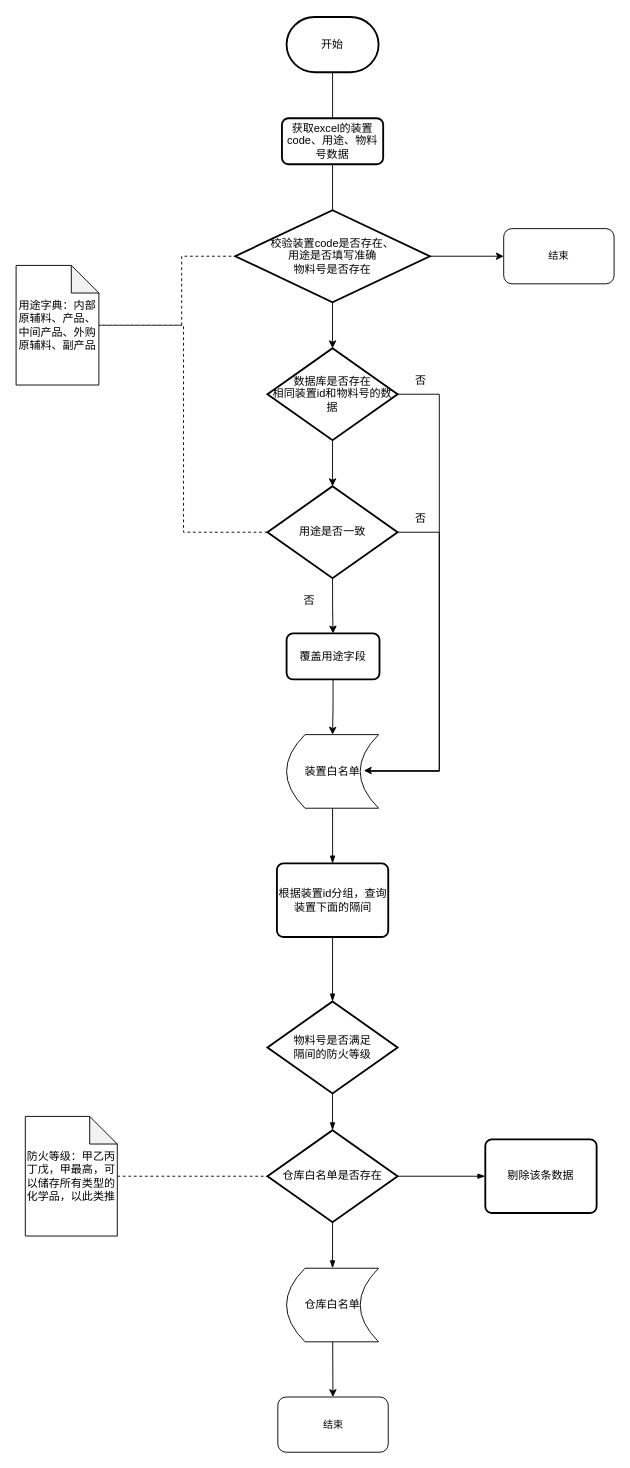
Earlier version of the draw.io diagram 白名单导入.drawio (hk19950707/flow-diagram). Source tidied: cells renumbered, new cells numbered last; positions are measured from the earlier drawing's top-left corner, leaving out a move shared by most shapes. Both pictures are drawn from the tidied source at 92%, with x=0, y=0 at pixel (16, 17).
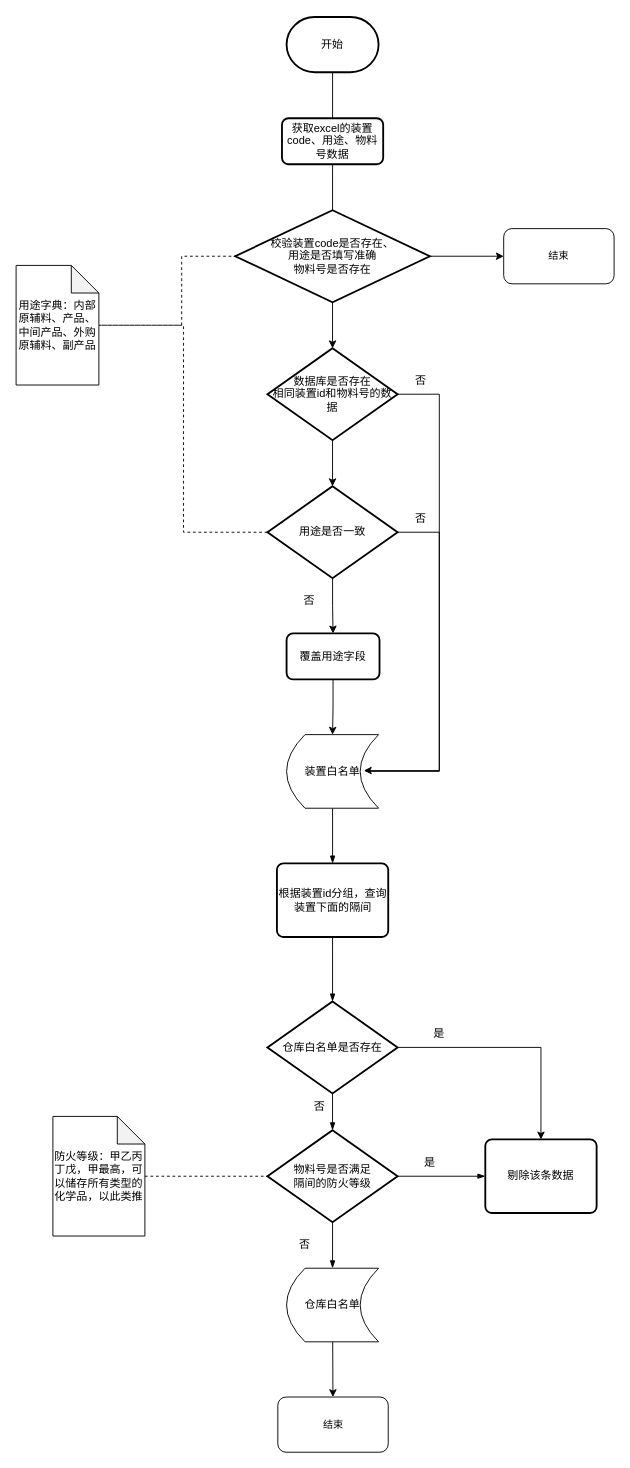
The same diagram, later.

Commit message:
更新白名单导入.drawio

The change refers to these unchanged cells:
```xml
<mxCell id="27" value="剔除该条数据" style="rounded=1;whiteSpace=wrap;html=1;absoluteArcSize=1;arcSize=14;strokeWidth=2;" parent="1" vertex="1">
  <mxGeometry x="510" y="1220" width="121" height="80" as="geometry" />
</mxCell>
```

What changed in the source:
```diff
@@
-    <mxCell id="32" value="仓库白名单是否存在" style="strokeWidth=2;html=1;shape=mxgraph.flowchart.decision;whiteSpace=wrap;" parent="1" vertex="1">
+    <mxCell id="32" value="物料号是否满足&lt;br style=&quot;border-color: var(--border-color);&quot;&gt;隔间的防火等级" style="strokeWidth=2;html=1;shape=mxgraph.flowchart.decision;whiteSpace=wrap;" parent="1" vertex="1">
       <mxGeometry x="273.2" y="1210" width="141.5" height="100" as="geometry" />
     </mxCell>
@@
+    <mxCell id="39" style="edgeStyle=orthogonalEdgeStyle;rounded=0;jettySize=auto;html=1;" parent="1" edge="1" source="34" target="27">
+      <mxGeometry relative="1" as="geometry" />
+    </mxCell>
-    <mxCell id="34" value="物料号是否满足&lt;br&gt;隔间的防火等级" style="strokeWidth=2;html=1;shape=mxgraph.flowchart.decision;whiteSpace=wrap;" parent="1" vertex="1">
+    <mxCell id="34" value="仓库白名单是否存在" style="strokeWidth=2;html=1;shape=mxgraph.flowchart.decision;whiteSpace=wrap;" parent="1" vertex="1">
       <mxGeometry x="273.2" y="1070" width="141.5" height="100" as="geometry" />
     </mxCell>
@@
     <mxCell id="36" value="防火等级：甲乙丙丁戊，甲最高，可以储存所有类型的化学品，以此类推" style="shape=note;whiteSpace=wrap;html=1;backgroundOutline=1;darkOpacity=0.05;" parent="1" vertex="1">
-      <mxGeometry x="10" y="1195" width="100" height="130" as="geometry" />
+      <mxGeometry x="40" y="1195" width="100" height="130" as="geometry" />
     </mxCell>
@@
+    <mxCell id="40" value="否" style="text;strokeColor=none;align=center;fillColor=none;html=1;verticalAlign=middle;whiteSpace=wrap;rounded=0;" parent="1" vertex="1">
+      <mxGeometry x="283.5" y="1320" width="60" height="30" as="geometry" />
+    </mxCell>
+    <mxCell id="41" value="是" style="text;strokeColor=none;align=center;fillColor=none;html=1;verticalAlign=middle;whiteSpace=wrap;rounded=0;" parent="1" vertex="1">
+      <mxGeometry x="420" y="1230" width="60" height="30" as="geometry" />
+    </mxCell>
+    <mxCell id="42" value="是" style="text;strokeColor=none;align=center;fillColor=none;html=1;verticalAlign=middle;whiteSpace=wrap;rounded=0;" parent="1" vertex="1">
+      <mxGeometry x="430" y="1090" width="60" height="30" as="geometry" />
+    </mxCell>
+    <mxCell id="43" value="否" style="text;strokeColor=none;align=center;fillColor=none;html=1;verticalAlign=middle;whiteSpace=wrap;rounded=0;" parent="1" vertex="1">
+      <mxGeometry x="300" y="1170" width="60" height="30" as="geometry" />
+    </mxCell>
```
